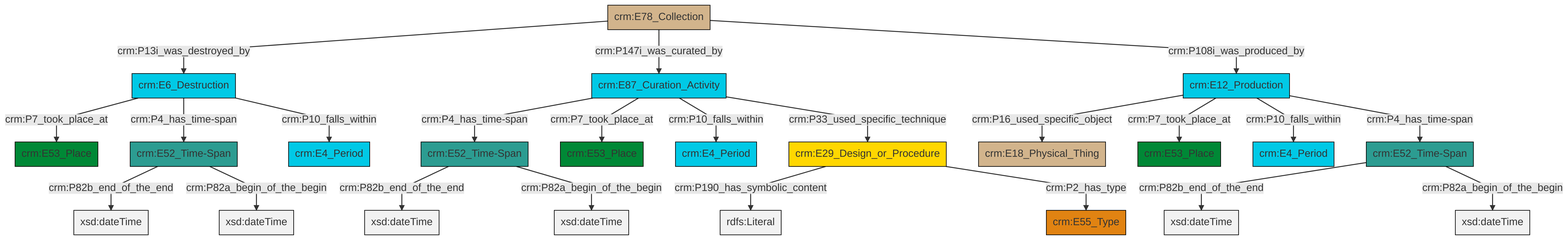
This is et/archivalCSV/ttl/mmd/png/archival_existence.png from swiss-art-research-net/docs.swissartresearch, a Mermaid export, as it was before one commit. Its source is kept beside it as et/archivalCSV/ttl/mmd/archival_existence.ttl.mmd.
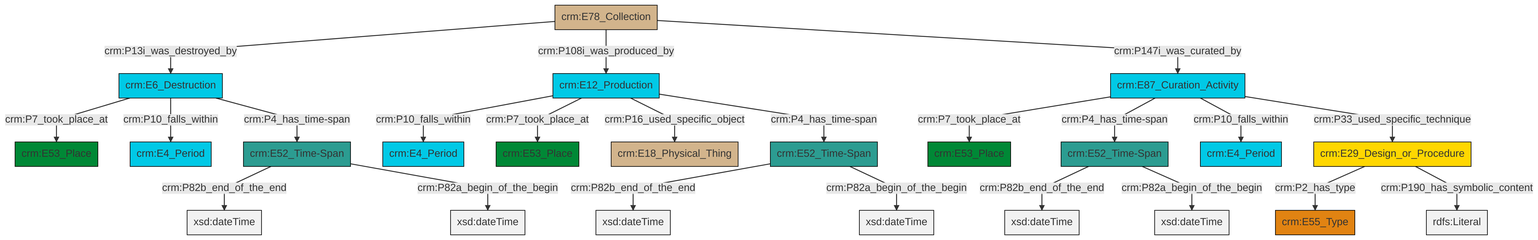
Above is the later version.

The edit, as a diff of the source:
```diff
@@ -14,24 +14,24 @@
 classDef Multi fill:#cccccc,stroke:#000000;
 
 0["crm:E6_Destruction"]:::Temporal_Entity -->|crm:P7_took_place_at| 1["crm:E53_Place"]:::Place
-4["crm:E87_Curation_Activity"]:::Temporal_Entity -->|crm:P4_has_time-span| 5["crm:E52_Time-Span"]:::Time-Span
-4["crm:E87_Curation_Activity"]:::Temporal_Entity -->|crm:P7_took_place_at| 6["crm:E53_Place"]:::Place
-5["crm:E52_Time-Span"]:::Time-Span -->|crm:P82b_end_of_the_end| 8[xsd:dateTime]:::Literal
-9["crm:E52_Time-Span"]:::Time-Span -->|crm:P82b_end_of_the_end| 10[xsd:dateTime]:::Literal
-13["crm:E78_Collection"]:::Physical_Thing -->|crm:P13i_was_destroyed_by| 0["crm:E6_Destruction"]:::Temporal_Entity
-0["crm:E6_Destruction"]:::Temporal_Entity -->|crm:P4_has_time-span| 14["crm:E52_Time-Span"]:::Time-Span
-2["crm:E29_Design_or_Procedure"]:::Conceptual_Object -->|crm:P190_has_symbolic_content| 15[rdfs:Literal]:::Literal
-14["crm:E52_Time-Span"]:::Time-Span -->|crm:P82b_end_of_the_end| 18[xsd:dateTime]:::Literal
-13["crm:E78_Collection"]:::Physical_Thing -->|crm:P147i_was_curated_by| 4["crm:E87_Curation_Activity"]:::Temporal_Entity
-13["crm:E78_Collection"]:::Physical_Thing -->|crm:P108i_was_produced_by| 23["crm:E12_Production"]:::Temporal_Entity
-4["crm:E87_Curation_Activity"]:::Temporal_Entity -->|crm:P10_falls_within| 24["crm:E4_Period"]:::Temporal_Entity
-23["crm:E12_Production"]:::Temporal_Entity -->|crm:P16_used_specific_object| 19["crm:E18_Physical_Thing"]:::Physical_Thing
-2["crm:E29_Design_or_Procedure"]:::Conceptual_Object -->|crm:P2_has_type| 21["crm:E55_Type"]:::Type
-0["crm:E6_Destruction"]:::Temporal_Entity -->|crm:P10_falls_within| 11["crm:E4_Period"]:::Temporal_Entity
-14["crm:E52_Time-Span"]:::Time-Span -->|crm:P82a_begin_of_the_begin| 34[xsd:dateTime]:::Literal
-23["crm:E12_Production"]:::Temporal_Entity -->|crm:P7_took_place_at| 16["crm:E53_Place"]:::Place
-4["crm:E87_Curation_Activity"]:::Temporal_Entity -->|crm:P33_used_specific_technique| 2["crm:E29_Design_or_Procedure"]:::Conceptual_Object
-9["crm:E52_Time-Span"]:::Time-Span -->|crm:P82a_begin_of_the_begin| 36[xsd:dateTime]:::Literal
-5["crm:E52_Time-Span"]:::Time-Span -->|crm:P82a_begin_of_the_begin| 37[xsd:dateTime]:::Literal
-23["crm:E12_Production"]:::Temporal_Entity -->|crm:P10_falls_within| 27["crm:E4_Period"]:::Temporal_Entity
-23["crm:E12_Production"]:::Temporal_Entity -->|crm:P4_has_time-span| 9["crm:E52_Time-Span"]:::Time-Span
+2["crm:E78_Collection"]:::Physical_Thing -->|crm:P13i_was_destroyed_by| 0["crm:E6_Destruction"]:::Temporal_Entity
+3["crm:E52_Time-Span"]:::Time-Span -->|crm:P82b_end_of_the_end| 4[xsd:dateTime]:::Literal
+7["crm:E12_Production"]:::Temporal_Entity -->|crm:P10_falls_within| 8["crm:E4_Period"]:::Temporal_Entity
+2["crm:E78_Collection"]:::Physical_Thing -->|crm:P108i_was_produced_by| 7["crm:E12_Production"]:::Temporal_Entity
+3["crm:E52_Time-Span"]:::Time-Span -->|crm:P82a_begin_of_the_begin| 11[xsd:dateTime]:::Literal
+14["crm:E87_Curation_Activity"]:::Temporal_Entity -->|crm:P7_took_place_at| 15["crm:E53_Place"]:::Place
+5["crm:E52_Time-Span"]:::Time-Span -->|crm:P82b_end_of_the_end| 18[xsd:dateTime]:::Literal
+7["crm:E12_Production"]:::Temporal_Entity -->|crm:P7_took_place_at| 20["crm:E53_Place"]:::Place
+21["crm:E52_Time-Span"]:::Time-Span -->|crm:P82b_end_of_the_end| 22[xsd:dateTime]:::Literal
+24["crm:E29_Design_or_Procedure"]:::Conceptual_Object -->|crm:P2_has_type| 12["crm:E55_Type"]:::Type
+24["crm:E29_Design_or_Procedure"]:::Conceptual_Object -->|crm:P190_has_symbolic_content| 26[rdfs:Literal]:::Literal
+7["crm:E12_Production"]:::Temporal_Entity -->|crm:P16_used_specific_object| 16["crm:E18_Physical_Thing"]:::Physical_Thing
+7["crm:E12_Production"]:::Temporal_Entity -->|crm:P4_has_time-span| 3["crm:E52_Time-Span"]:::Time-Span
+14["crm:E87_Curation_Activity"]:::Temporal_Entity -->|crm:P4_has_time-span| 5["crm:E52_Time-Span"]:::Time-Span
+14["crm:E87_Curation_Activity"]:::Temporal_Entity -->|crm:P10_falls_within| 28["crm:E4_Period"]:::Temporal_Entity
+14["crm:E87_Curation_Activity"]:::Temporal_Entity -->|crm:P33_used_specific_technique| 24["crm:E29_Design_or_Procedure"]:::Conceptual_Object
+0["crm:E6_Destruction"]:::Temporal_Entity -->|crm:P10_falls_within| 9["crm:E4_Period"]:::Temporal_Entity
+21["crm:E52_Time-Span"]:::Time-Span -->|crm:P82a_begin_of_the_begin| 35[xsd:dateTime]:::Literal
+2["crm:E78_Collection"]:::Physical_Thing -->|crm:P147i_was_curated_by| 14["crm:E87_Curation_Activity"]:::Temporal_Entity
+0["crm:E6_Destruction"]:::Temporal_Entity -->|crm:P4_has_time-span| 21["crm:E52_Time-Span"]:::Time-Span
+5["crm:E52_Time-Span"]:::Time-Span -->|crm:P82a_begin_of_the_begin| 38[xsd:dateTime]:::Literal
```
